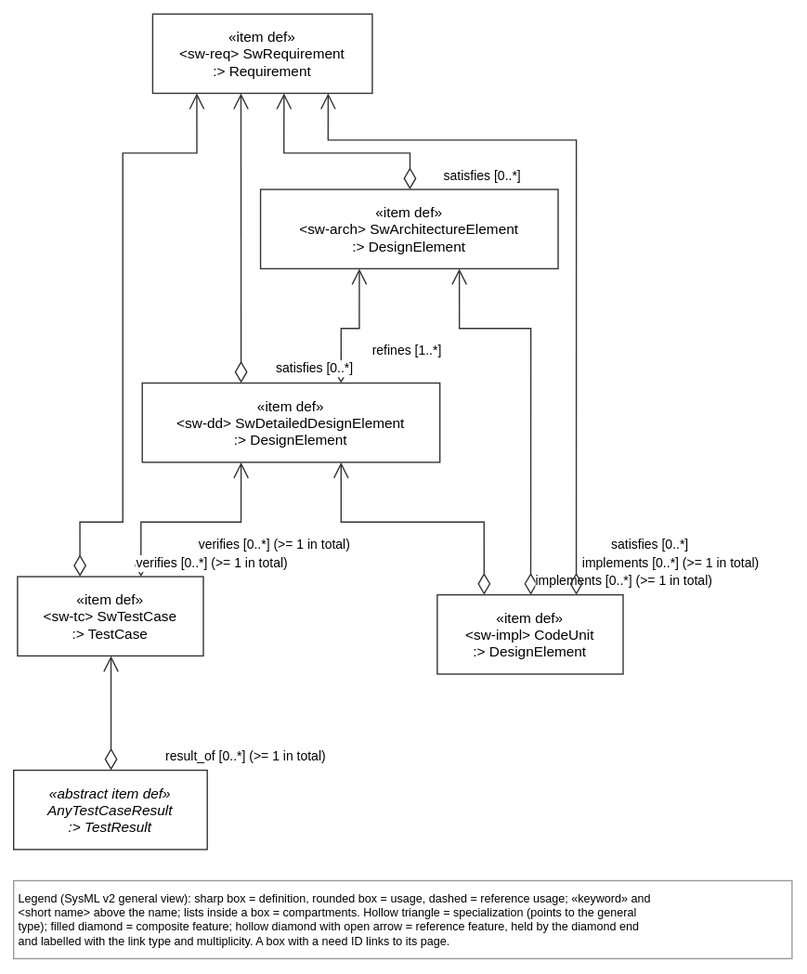
The draw.io diagram views/swNeeds.drawio.svg in tiacsys/xdmod, before a commit. Source tidied: cells renumbered, new cells last; positions are measured from the earlier drawing's top-left corner, leaving out a move shared by most shapes.
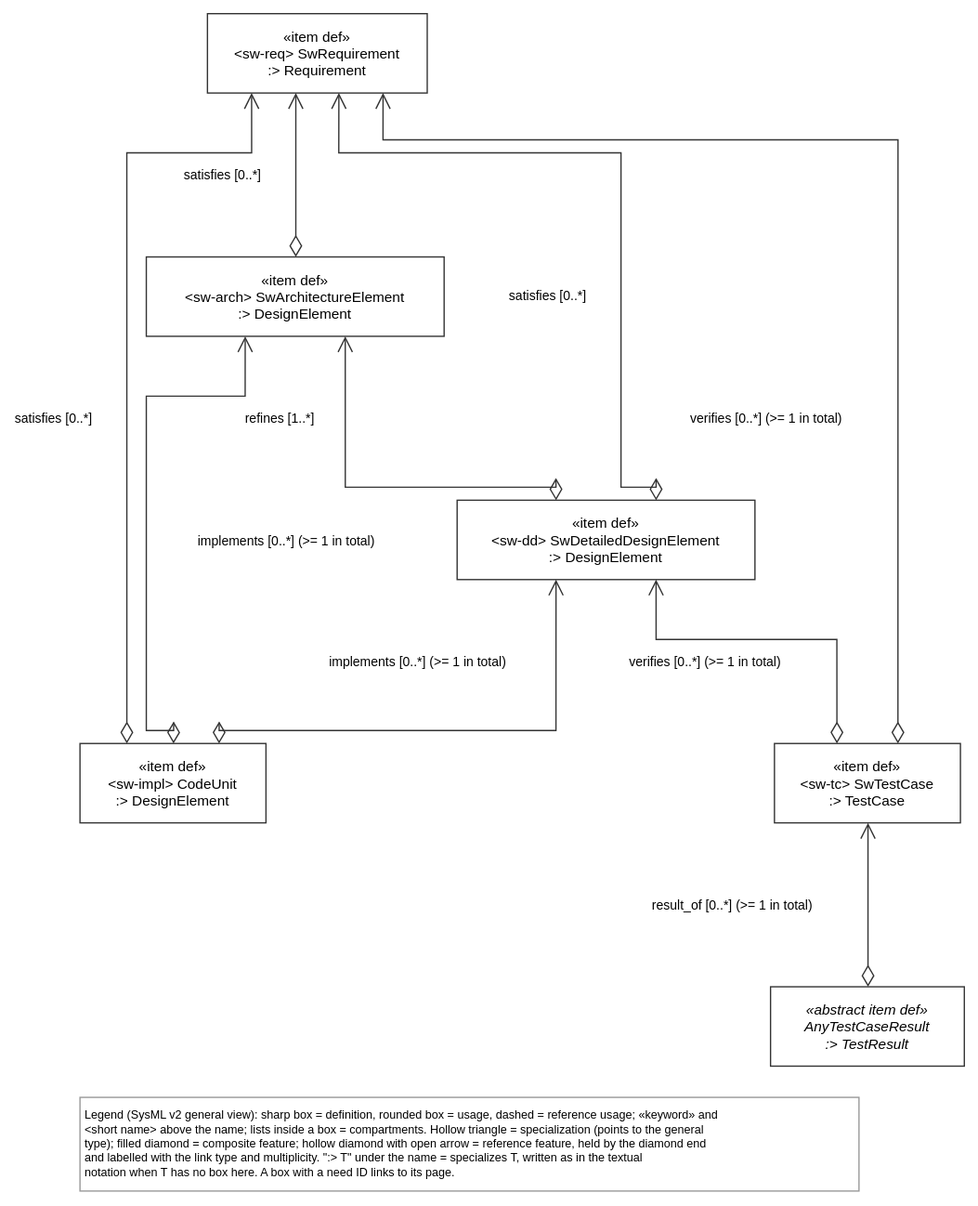
Later version of the same file.

Diff of the diagram source:
```diff
@@ -3,99 +3,101 @@
     <mxCell id="0" />
     <mxCell id="1" parent="0" />
     <mxCell id="2" value="«abstract item def»&#10;AnyTestCaseResult&#10;:&gt; TestResult" style="html=0;fontFamily=Helvetica;fontSize=11;strokeColor=#333333;rounded=0;fillColor=#FFFFFF;fontStyle=2;verticalAlign=middle;" parent="1" vertex="1">
-      <mxGeometry y="582" width="149" height="61" as="geometry" />
+      <mxGeometry x="603" y="748" width="149" height="61" as="geometry" />
     </mxCell>
     <mxCell id="3" value="«item def»&#10;&lt;sw-impl&gt; CodeUnit&#10;:&gt; DesignElement" style="html=0;fontFamily=Helvetica;fontSize=11;strokeColor=#333333;rounded=0;fillColor=#FFFFFF;verticalAlign=middle;" parent="1" vertex="1">
-      <mxGeometry x="326" y="447" width="143" height="61" as="geometry" />
+      <mxGeometry x="72" y="561" width="143" height="61" as="geometry" />
     </mxCell>
     <mxCell id="4" value="«item def»&#10;&lt;sw-arch&gt; SwArchitectureElement&#10;:&gt; DesignElement" style="html=0;fontFamily=Helvetica;fontSize=11;strokeColor=#333333;rounded=0;fillColor=#FFFFFF;verticalAlign=middle;" parent="1" vertex="1">
-      <mxGeometry x="190" y="135" width="229" height="61" as="geometry" />
+      <mxGeometry x="123" y="187" width="229" height="61" as="geometry" />
     </mxCell>
     <mxCell id="5" value="«item def»&#10;&lt;sw-dd&gt; SwDetailedDesignElement&#10;:&gt; DesignElement" style="html=0;fontFamily=Helvetica;fontSize=11;strokeColor=#333333;rounded=0;fillColor=#FFFFFF;verticalAlign=middle;" parent="1" vertex="1">
-      <mxGeometry x="99" y="284" width="229" height="61" as="geometry" />
+      <mxGeometry x="362" y="374" width="229" height="61" as="geometry" />
     </mxCell>
     <mxCell id="6" value="«item def»&#10;&lt;sw-req&gt; SwRequirement&#10;:&gt; Requirement" style="html=0;fontFamily=Helvetica;fontSize=11;strokeColor=#333333;rounded=0;fillColor=#FFFFFF;verticalAlign=middle;" parent="1" vertex="1">
-      <mxGeometry x="107" width="169" height="61" as="geometry" />
+      <mxGeometry x="170" width="169" height="61" as="geometry" />
     </mxCell>
     <mxCell id="7" value="«item def»&#10;&lt;sw-tc&gt; SwTestCase&#10;:&gt; TestCase" style="html=0;fontFamily=Helvetica;fontSize=11;strokeColor=#333333;rounded=0;fillColor=#FFFFFF;verticalAlign=middle;" parent="1" vertex="1">
-      <mxGeometry x="3" y="433" width="143" height="61" as="geometry" />
+      <mxGeometry x="606" y="561" width="143" height="61" as="geometry" />
     </mxCell>
-    <mxCell id="8" value="Legend (SysML v2 general view): sharp box = definition, rounded box = usage, dashed = reference usage; «keyword» and&#10;&lt;short name&gt; above the name; lists inside a box = compartments. Hollow triangle = specialization (points to the general&#10;type); filled diamond = composite feature; hollow diamond with open arrow = reference feature, held by the diamond end&#10;and labelled with the link type and multiplicity. A box with a need ID links to its page." style="text;html=0;align=left;verticalAlign=top;fontFamily=Helvetica;fontSize=9;fillColor=#FFFFFF;strokeColor=#999999;spacing=4;" parent="1" vertex="1">
-      <mxGeometry y="667" width="599" height="60" as="geometry" />
+    <mxCell id="8" value="Legend (SysML v2 general view): sharp box = definition, rounded box = usage, dashed = reference usage; «keyword» and&#10;&lt;short name&gt; above the name; lists inside a box = compartments. Hollow triangle = specialization (points to the general&#10;type); filled diamond = composite feature; hollow diamond with open arrow = reference feature, held by the diamond end&#10;and labelled with the link type and multiplicity. &quot;:&gt; T&quot; under the name = specializes T, written as in the textual&#10;notation when T has no box here. A box with a need ID links to its page." style="text;html=0;align=left;verticalAlign=top;fontFamily=Helvetica;fontSize=9;fillColor=#FFFFFF;strokeColor=#999999;spacing=4;" parent="1" vertex="1">
+      <mxGeometry x="72" y="833" width="599" height="72" as="geometry" />
     </mxCell>
     <mxCell id="9" value="result_of [0..*] (&gt;= 1 in total)" style="html=0;rounded=0;endSize=10;startSize=14;fontFamily=Helvetica;fontSize=10;labelBackgroundColor=#FFFFFF;strokeColor=#333333;startArrow=diamondThin;startFill=0;endArrow=open;exitX=0.503;exitY=0.000;exitDx=0;exitDy=0;exitPerimeter=0;entryX=0.503;entryY=1.000;entryDx=0;entryDy=0;entryPerimeter=0;" parent="1" edge="1" source="2" target="7">
       <mxGeometry relative="1" as="geometry">
-        <mxPoint x="104" y="33" as="offset" />
+        <mxPoint x="-104" as="offset" />
       </mxGeometry>
     </mxCell>
-    <mxCell id="10" value="implements [0..*] (&gt;= 1 in total)" style="html=0;rounded=0;endSize=10;startSize=14;fontFamily=Helvetica;fontSize=10;labelBackgroundColor=#FFFFFF;strokeColor=#333333;startArrow=diamondThin;startFill=0;endArrow=open;exitX=0.503;exitY=0.000;exitDx=0;exitDy=0;exitPerimeter=0;entryX=0.668;entryY=1.000;entryDx=0;entryDy=0;entryPerimeter=0;" parent="1" edge="1" source="3" target="4">
+    <mxCell id="10" value="implements [0..*] (&gt;= 1 in total)" style="html=0;rounded=0;endSize=10;startSize=14;fontFamily=Helvetica;fontSize=10;labelBackgroundColor=#FFFFFF;strokeColor=#333333;startArrow=diamondThin;startFill=0;endArrow=open;exitX=0.503;exitY=0.000;exitDx=0;exitDy=0;exitPerimeter=0;entryX=0.332;entryY=1.000;entryDx=0;entryDy=0;entryPerimeter=0;" parent="1" edge="1" source="3" target="4">
       <mxGeometry relative="1" as="geometry">
         <Array as="points">
-          <mxPoint x="398" y="242" />
-          <mxPoint x="343" y="242" />
+          <mxPoint x="144" y="551" />
+          <mxPoint x="123" y="551" />
+          <mxPoint x="123" y="294" />
+          <mxPoint x="199" y="294" />
         </Array>
-        <mxPoint x="108" y="128" as="offset" />
+        <mxPoint x="108" y="28" as="offset" />
       </mxGeometry>
     </mxCell>
-    <mxCell id="11" value="implements [0..*] (&gt;= 1 in total)" style="html=0;rounded=0;endSize=10;startSize=14;fontFamily=Helvetica;fontSize=10;labelBackgroundColor=#FFFFFF;strokeColor=#333333;startArrow=diamondThin;startFill=0;endArrow=open;exitX=0.252;exitY=0.000;exitDx=0;exitDy=0;exitPerimeter=0;entryX=0.668;entryY=1.000;entryDx=0;entryDy=0;entryPerimeter=0;" parent="1" edge="1" source="3" target="5">
+    <mxCell id="11" value="implements [0..*] (&gt;= 1 in total)" style="html=0;rounded=0;endSize=10;startSize=14;fontFamily=Helvetica;fontSize=10;labelBackgroundColor=#FFFFFF;strokeColor=#333333;startArrow=diamondThin;startFill=0;endArrow=open;exitX=0.748;exitY=0.000;exitDx=0;exitDy=0;exitPerimeter=0;entryX=0.332;entryY=1.000;entryDx=0;entryDy=0;entryPerimeter=0;" parent="1" edge="1" source="3" target="5">
       <mxGeometry relative="1" as="geometry">
         <Array as="points">
-          <mxPoint x="362" y="391" />
-          <mxPoint x="252" y="391" />
+          <mxPoint x="179" y="551" />
+          <mxPoint x="438" y="551" />
         </Array>
-        <mxPoint x="158" y="45" as="offset" />
+        <mxPoint x="-30" y="-53" as="offset" />
       </mxGeometry>
     </mxCell>
-    <mxCell id="12" value="satisfies [0..*]" style="html=0;rounded=0;endSize=10;startSize=14;fontFamily=Helvetica;fontSize=10;labelBackgroundColor=#FFFFFF;strokeColor=#333333;startArrow=diamondThin;startFill=0;endArrow=open;exitX=0.748;exitY=0.000;exitDx=0;exitDy=0;exitPerimeter=0;entryX=0.799;entryY=1.000;entryDx=0;entryDy=0;entryPerimeter=0;" parent="1" edge="1" source="3" target="6">
+    <mxCell id="12" value="satisfies [0..*]" style="html=0;rounded=0;endSize=10;startSize=14;fontFamily=Helvetica;fontSize=10;labelBackgroundColor=#FFFFFF;strokeColor=#333333;startArrow=diamondThin;startFill=0;endArrow=open;exitX=0.252;exitY=0.000;exitDx=0;exitDy=0;exitPerimeter=0;entryX=0.201;entryY=1.000;entryDx=0;entryDy=0;entryPerimeter=0;" parent="1" edge="1" source="3" target="6">
       <mxGeometry relative="1" as="geometry">
         <Array as="points">
-          <mxPoint x="433" y="97" />
-          <mxPoint x="242" y="97" />
+          <mxPoint x="108" y="107" />
+          <mxPoint x="204" y="107" />
         </Array>
-        <mxPoint x="57" y="250" as="offset" />
+        <mxPoint x="-56" y="48" as="offset" />
       </mxGeometry>
     </mxCell>
-    <mxCell id="13" value="satisfies [0..*]" style="html=0;rounded=0;endSize=10;startSize=14;fontFamily=Helvetica;fontSize=10;labelBackgroundColor=#FFFFFF;strokeColor=#333333;startArrow=diamondThin;startFill=0;endArrow=open;exitX=0.502;exitY=0.000;exitDx=0;exitDy=0;exitPerimeter=0;entryX=0.598;entryY=1.000;entryDx=0;entryDy=0;entryPerimeter=0;" parent="1" edge="1" source="4" target="6">
+    <mxCell id="13" value="satisfies [0..*]" style="html=0;rounded=0;endSize=10;startSize=14;fontFamily=Helvetica;fontSize=10;labelBackgroundColor=#FFFFFF;strokeColor=#333333;startArrow=diamondThin;startFill=0;endArrow=open;exitX=0.502;exitY=0.000;exitDx=0;exitDy=0;exitPerimeter=0;entryX=0.402;entryY=1.000;entryDx=0;entryDy=0;entryPerimeter=0;" parent="1" edge="1" source="4" target="6">
       <mxGeometry relative="1" as="geometry">
-        <Array as="points">
-          <mxPoint x="305" y="107" />
-          <mxPoint x="208" y="107" />
-        </Array>
-        <mxPoint x="114" y="17" as="offset" />
+        <mxPoint x="-56" as="offset" />
       </mxGeometry>
     </mxCell>
-    <mxCell id="14" value="refines [1..*]" style="html=0;rounded=0;endSize=10;startSize=14;fontFamily=Helvetica;fontSize=10;labelBackgroundColor=#FFFFFF;strokeColor=#333333;startArrow=diamondThin;startFill=0;endArrow=open;exitX=0.668;exitY=0.000;exitDx=0;exitDy=0;exitPerimeter=0;entryX=0.332;entryY=1.000;entryDx=0;entryDy=0;entryPerimeter=0;" parent="1" edge="1" source="5" target="4">
+    <mxCell id="14" value="refines [1..*]" style="html=0;rounded=0;endSize=10;startSize=14;fontFamily=Helvetica;fontSize=10;labelBackgroundColor=#FFFFFF;strokeColor=#333333;startArrow=diamondThin;startFill=0;endArrow=open;exitX=0.332;exitY=0.000;exitDx=0;exitDy=0;exitPerimeter=0;entryX=0.668;entryY=1.000;entryDx=0;entryDy=0;entryPerimeter=0;" parent="1" edge="1" source="5" target="4">
       <mxGeometry relative="1" as="geometry">
         <Array as="points">
-          <mxPoint x="252" y="242" />
-          <mxPoint x="266" y="242" />
+          <mxPoint x="438" y="364" />
+          <mxPoint x="276" y="364" />
         </Array>
-        <mxPoint x="42" y="17" as="offset" />
+        <mxPoint x="-78" y="-53" as="offset" />
       </mxGeometry>
     </mxCell>
-    <mxCell id="15" value="satisfies [0..*]" style="html=0;rounded=0;endSize=10;startSize=14;fontFamily=Helvetica;fontSize=10;labelBackgroundColor=#FFFFFF;strokeColor=#333333;startArrow=diamondThin;startFill=0;endArrow=open;exitX=0.332;exitY=0.000;exitDx=0;exitDy=0;exitPerimeter=0;entryX=0.402;entryY=1.000;entryDx=0;entryDy=0;entryPerimeter=0;" parent="1" edge="1" source="5" target="6">
+    <mxCell id="15" value="satisfies [0..*]" style="html=0;rounded=0;endSize=10;startSize=14;fontFamily=Helvetica;fontSize=10;labelBackgroundColor=#FFFFFF;strokeColor=#333333;startArrow=diamondThin;startFill=0;endArrow=open;exitX=0.668;exitY=0.000;exitDx=0;exitDy=0;exitPerimeter=0;entryX=0.598;entryY=1.000;entryDx=0;entryDy=0;entryPerimeter=0;" parent="1" edge="1" source="5" target="6">
       <mxGeometry relative="1" as="geometry">
-        <mxPoint x="57" y="100" as="offset" />
+        <Array as="points">
+          <mxPoint x="515" y="364" />
+          <mxPoint x="488" y="364" />
+          <mxPoint x="488" y="107" />
+          <mxPoint x="271" y="107" />
+        </Array>
+        <mxPoint x="-56" y="95" as="offset" />
       </mxGeometry>
     </mxCell>
-    <mxCell id="16" value="verifies [0..*] (&gt;= 1 in total)" style="html=0;rounded=0;endSize=10;startSize=14;fontFamily=Helvetica;fontSize=10;labelBackgroundColor=#FFFFFF;strokeColor=#333333;startArrow=diamondThin;startFill=0;endArrow=open;exitX=0.664;exitY=0.000;exitDx=0;exitDy=0;exitPerimeter=0;entryX=0.332;entryY=1.000;entryDx=0;entryDy=0;entryPerimeter=0;" parent="1" edge="1" source="7" target="5">
+    <mxCell id="16" value="verifies [0..*] (&gt;= 1 in total)" style="html=0;rounded=0;endSize=10;startSize=14;fontFamily=Helvetica;fontSize=10;labelBackgroundColor=#FFFFFF;strokeColor=#333333;startArrow=diamondThin;startFill=0;endArrow=open;exitX=0.336;exitY=0.000;exitDx=0;exitDy=0;exitPerimeter=0;entryX=0.668;entryY=1.000;entryDx=0;entryDy=0;entryPerimeter=0;" parent="1" edge="1" source="7" target="5">
       <mxGeometry relative="1" as="geometry">
         <Array as="points">
-          <mxPoint x="98" y="391" />
-          <mxPoint x="175" y="391" />
+          <mxPoint x="654" y="481" />
+          <mxPoint x="515" y="481" />
         </Array>
-        <mxPoint x="62" y="17" as="offset" />
+        <mxPoint x="-48" y="17" as="offset" />
       </mxGeometry>
     </mxCell>
-    <mxCell id="17" value="verifies [0..*] (&gt;= 1 in total)" style="html=0;rounded=0;endSize=10;startSize=14;fontFamily=Helvetica;fontSize=10;labelBackgroundColor=#FFFFFF;strokeColor=#333333;startArrow=diamondThin;startFill=0;endArrow=open;exitX=0.336;exitY=0.000;exitDx=0;exitDy=0;exitPerimeter=0;entryX=0.201;entryY=1.000;entryDx=0;entryDy=0;entryPerimeter=0;" parent="1" edge="1" source="7" target="6">
+    <mxCell id="17" value="verifies [0..*] (&gt;= 1 in total)" style="html=0;rounded=0;endSize=10;startSize=14;fontFamily=Helvetica;fontSize=10;labelBackgroundColor=#FFFFFF;strokeColor=#333333;startArrow=diamondThin;startFill=0;endArrow=open;exitX=0.664;exitY=0.000;exitDx=0;exitDy=0;exitPerimeter=0;entryX=0.799;entryY=1.000;entryDx=0;entryDy=0;entryPerimeter=0;" parent="1" edge="1" source="7" target="6">
       <mxGeometry relative="1" as="geometry">
         <Array as="points">
-          <mxPoint x="51" y="391" />
-          <mxPoint x="84" y="391" />
-          <mxPoint x="84" y="107" />
-          <mxPoint x="141" y="107" />
+          <mxPoint x="701" y="97" />
+          <mxPoint x="305" y="97" />
         </Array>
-        <mxPoint x="69" y="187" as="offset" />
+        <mxPoint x="-101" y="198" as="offset" />
       </mxGeometry>
     </mxCell>
   </root>
```
